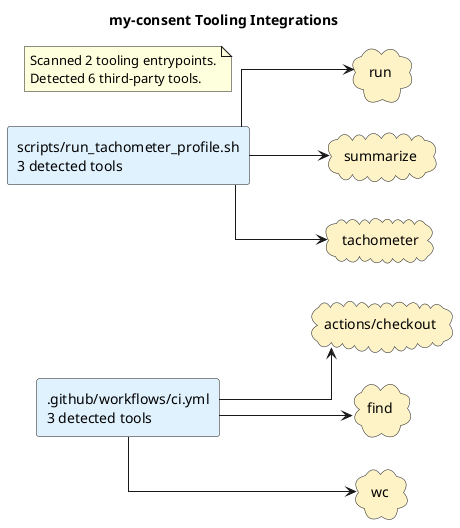
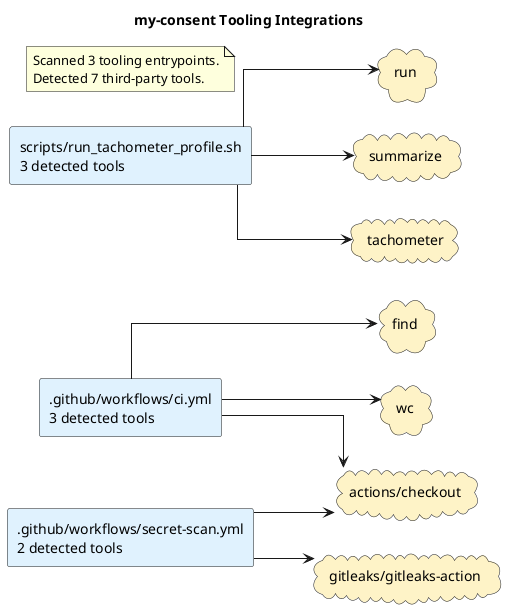
@startuml
title my-consent Tooling Integrations
left to right direction
skinparam shadowing false
skinparam defaultFontName Monospace
skinparam componentStyle rectangle
skinparam linetype ortho
rectangle ".github/workflows/ci.yml\n3 detected tools" as source_github_workflows_ci_yml #E0F2FE
+ rectangle ".github/workflows/secret-scan.yml\n2 detected tools" as source_github_workflows_secret_scan_yml #E0F2FE
rectangle "scripts/run_tachometer_profile.sh\n3 detected tools" as source_scripts_run_tachometer_profile_sh #E0F2FE
cloud "actions/checkout" as tool_actions_checkout #FEF3C7
cloud "find" as tool_find #FEF3C7
+ cloud "gitleaks/gitleaks-action" as tool_gitleaks_gitleaks_action #FEF3C7
cloud "run" as tool_run #FEF3C7
cloud "summarize" as tool_summarize #FEF3C7
cloud "tachometer" as tool_tachometer #FEF3C7
cloud "wc" as tool_wc #FEF3C7
source_github_workflows_ci_yml --> tool_actions_checkout
source_github_workflows_ci_yml --> tool_find
source_github_workflows_ci_yml --> tool_wc
+ source_github_workflows_secret_scan_yml --> tool_actions_checkout
+ source_github_workflows_secret_scan_yml --> tool_gitleaks_gitleaks_action
source_scripts_run_tachometer_profile_sh --> tool_run
source_scripts_run_tachometer_profile_sh --> tool_summarize
source_scripts_run_tachometer_profile_sh --> tool_tachometer
note as toolingGraphSummary
- Scanned 2 tooling entrypoints.
- Detected 6 third-party tools.
+ Scanned 3 tooling entrypoints.
+ Detected 7 third-party tools.
end note
@enduml
